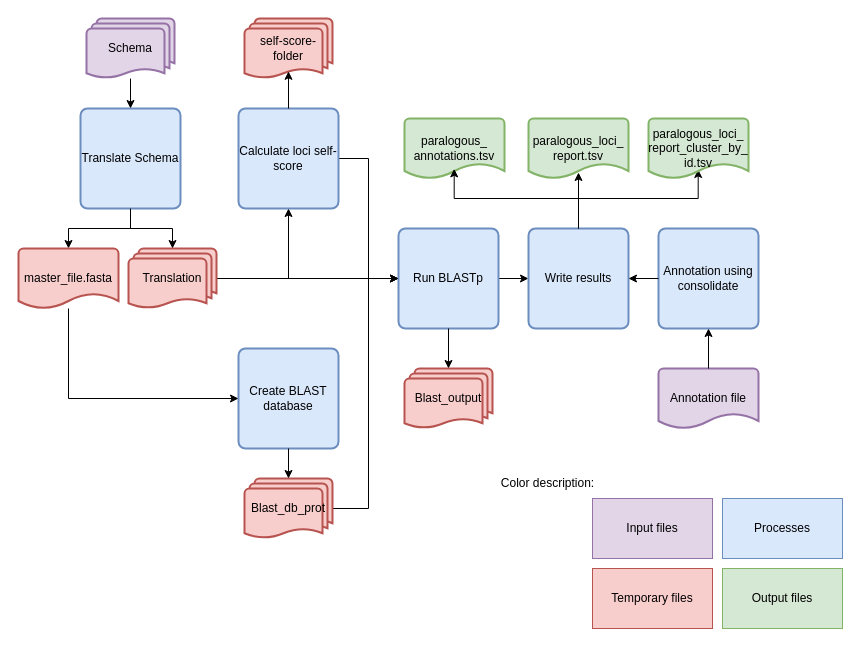
Above: SchemaRefinery/docs/SchemaRefinery/Modules/source/IdentifyParalogousLoci.drawio in B-UMMI/Schema_Refinery (draw.io), before the change. Source tidied: cells renumbered, new cells numbered last; positions are measured from the earlier drawing's top-left corner, leaving out a move shared by most shapes. Both pictures are drawn from the tidied source at 100%, with x=0, y=0 at pixel (18, 18).
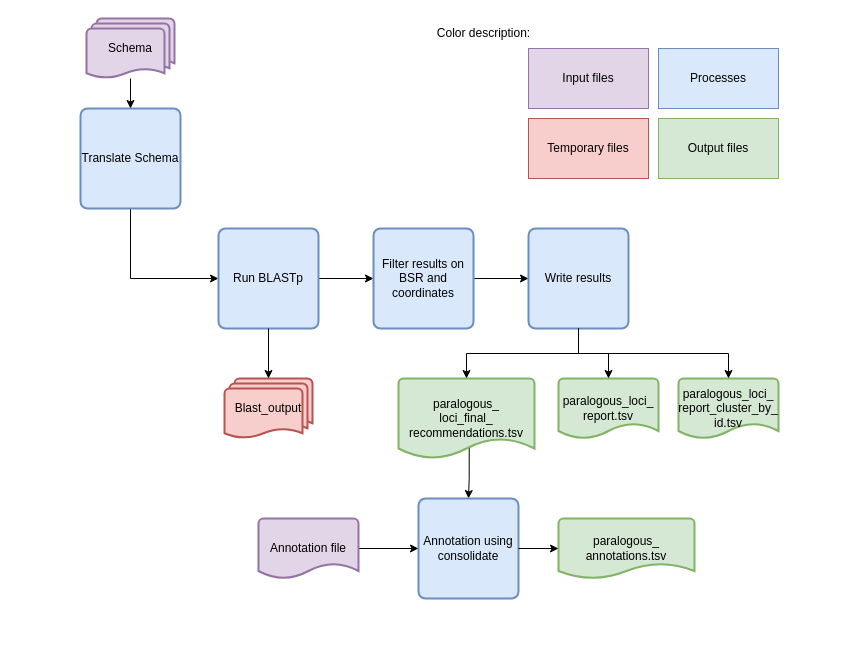
After the change.

The change refers to these unchanged cells:
```xml
<mxCell id="3" value="Translate Schema" style="rounded=1;whiteSpace=wrap;html=1;absoluteArcSize=1;arcSize=14;strokeWidth=2;fillColor=#dae8fc;strokeColor=#6c8ebf;" parent="1" vertex="1">
  <mxGeometry x="62" y="90" width="100" height="100" as="geometry" />
</mxCell>
<mxCell id="12" value="Write results" style="rounded=1;whiteSpace=wrap;html=1;absoluteArcSize=1;arcSize=14;strokeWidth=2;fillColor=#dae8fc;strokeColor=#6c8ebf;" parent="1" vertex="1">
  <mxGeometry x="510" y="210" width="100" height="100" as="geometry" />
</mxCell>
```

Diff of the diagram source:
```diff
@@
-    <mxCell id="2" style="edgeStyle=orthogonalEdgeStyle;rounded=0;jettySize=auto;html=1;" parent="1" edge="1" source="3" target="19">
-      <mxGeometry relative="1" as="geometry" />
-    </mxCell>
+    <mxCell id="40" style="edgeStyle=orthogonalEdgeStyle;shape=connector;rounded=0;jettySize=auto;html=1;entryX=0;entryY=0.5;entryDx=0;entryDy=0;strokeColor=default;align=center;verticalAlign=middle;fontFamily=Helvetica;fontSize=11;fontColor=default;labelBackgroundColor=default;endArrow=classic;exitX=0.5;exitY=1;exitDx=0;exitDy=0;" parent="1" edge="1" source="3" target="10">
+      <mxGeometry relative="1" as="geometry" />
+    </mxCell>
@@
-    <mxCell id="6" style="edgeStyle=orthogonalEdgeStyle;rounded=0;jettySize=auto;html=1;entryX=0;entryY=0.5;entryDx=0;entryDy=0;" parent="1" edge="1" source="7" target="10">
-      <mxGeometry relative="1" as="geometry">
-        <Array as="points">
-          <mxPoint x="350" y="140" />
-          <mxPoint x="350" y="260" />
-        </Array>
-      </mxGeometry>
-    </mxCell>
-    <mxCell id="7" value="Calculate loci self-score" style="rounded=1;whiteSpace=wrap;html=1;absoluteArcSize=1;arcSize=14;strokeWidth=2;fillColor=#dae8fc;strokeColor=#6c8ebf;" parent="1" vertex="1">
-      <mxGeometry x="220" y="90" width="100" height="100" as="geometry" />
-    </mxCell>
-    <mxCell id="8" value="Create BLAST database" style="rounded=1;whiteSpace=wrap;html=1;absoluteArcSize=1;arcSize=14;strokeWidth=2;fillColor=#dae8fc;strokeColor=#6c8ebf;" parent="1" vertex="1">
-      <mxGeometry x="220" y="330" width="100" height="100" as="geometry" />
-    </mxCell>
-    <mxCell id="9" style="edgeStyle=orthogonalEdgeStyle;rounded=0;jettySize=auto;html=1;" parent="1" edge="1" source="10" target="12">
-      <mxGeometry relative="1" as="geometry" />
-    </mxCell>
+    <mxCell id="41" style="edgeStyle=orthogonalEdgeStyle;shape=connector;rounded=0;jettySize=auto;html=1;entryX=0;entryY=0.5;entryDx=0;entryDy=0;strokeColor=default;align=center;verticalAlign=middle;fontFamily=Helvetica;fontSize=11;fontColor=default;labelBackgroundColor=default;endArrow=classic;" parent="1" edge="1" source="10" target="44">
+      <mxGeometry relative="1" as="geometry" />
+    </mxCell>
     <mxCell id="10" value="Run BLASTp" style="rounded=1;whiteSpace=wrap;html=1;absoluteArcSize=1;arcSize=14;strokeWidth=2;fillColor=#dae8fc;strokeColor=#6c8ebf;" parent="1" vertex="1">
-      <mxGeometry x="380" y="210" width="100" height="100" as="geometry" />
+      <mxGeometry x="200" y="210" width="100" height="100" as="geometry" />
     </mxCell>
-    <mxCell id="11" style="edgeStyle=orthogonalEdgeStyle;rounded=0;jettySize=auto;html=1;entryX=0.497;entryY=0.85;entryDx=0;entryDy=0;entryPerimeter=0;" parent="1" edge="1" source="12" target="22">
-      <mxGeometry relative="1" as="geometry">
-        <Array as="points">
-          <mxPoint x="560" y="180" />
-          <mxPoint x="680" y="180" />
-        </Array>
-      </mxGeometry>
-    </mxCell>
@@
-    <mxCell id="13" style="edgeStyle=orthogonalEdgeStyle;rounded=0;jettySize=auto;html=1;entryX=0.5;entryY=1;entryDx=0;entryDy=0;" parent="1" edge="1" source="15" target="7">
-      <mxGeometry relative="1" as="geometry" />
-    </mxCell>
-    <mxCell id="14" style="edgeStyle=orthogonalEdgeStyle;rounded=0;jettySize=auto;html=1;entryX=0;entryY=0.5;entryDx=0;entryDy=0;" parent="1" edge="1" source="15" target="10">
-      <mxGeometry relative="1" as="geometry" />
-    </mxCell>
-    <mxCell id="15" value="Translation" style="strokeWidth=2;html=1;shape=mxgraph.flowchart.multi-document;whiteSpace=wrap;fillColor=#f8cecc;strokeColor=#b85450;" parent="1" vertex="1">
-      <mxGeometry x="110" y="230" width="88" height="60" as="geometry" />
-    </mxCell>
-    <mxCell id="16" style="edgeStyle=orthogonalEdgeStyle;rounded=0;jettySize=auto;html=1;entryX=0.5;entryY=0;entryDx=0;entryDy=0;entryPerimeter=0;" parent="1" edge="1" source="3" target="15">
-      <mxGeometry relative="1" as="geometry" />
-    </mxCell>
-    <mxCell id="17" value="self-score-&lt;div&gt;folder&lt;/div&gt;" style="strokeWidth=2;html=1;shape=mxgraph.flowchart.multi-document;whiteSpace=wrap;fillColor=#f8cecc;strokeColor=#b85450;" parent="1" vertex="1">
-      <mxGeometry x="226" width="88" height="60" as="geometry" />
-    </mxCell>
-    <mxCell id="18" style="edgeStyle=orthogonalEdgeStyle;rounded=0;jettySize=auto;html=1;entryX=0;entryY=0.5;entryDx=0;entryDy=0;" parent="1" edge="1" source="19" target="8">
-      <mxGeometry relative="1" as="geometry">
-        <Array as="points">
-          <mxPoint x="50" y="380" />
-        </Array>
-      </mxGeometry>
-    </mxCell>
-    <mxCell id="19" value="master_file.fasta" style="strokeWidth=2;html=1;shape=mxgraph.flowchart.document2;whiteSpace=wrap;size=0.25;fillColor=#f8cecc;strokeColor=#b85450;" parent="1" vertex="1">
-      <mxGeometry y="230" width="100" height="60" as="geometry" />
-    </mxCell>
     <mxCell id="20" value="Blast_output" style="strokeWidth=2;html=1;shape=mxgraph.flowchart.multi-document;whiteSpace=wrap;fillColor=#f8cecc;strokeColor=#b85450;" parent="1" vertex="1">
-      <mxGeometry x="386" y="350" width="88" height="60" as="geometry" />
+      <mxGeometry x="206" y="360" width="88" height="60" as="geometry" />
     </mxCell>
     <mxCell id="21" value="paralogous_loci_&lt;div&gt;report.tsv&lt;/div&gt;" style="strokeWidth=2;html=1;shape=mxgraph.flowchart.document2;whiteSpace=wrap;size=0.25;fillColor=#d5e8d4;strokeColor=#82b366;" parent="1" vertex="1">
-      <mxGeometry x="510" y="100" width="100" height="60" as="geometry" />
+      <mxGeometry x="540" y="360" width="100" height="60" as="geometry" />
     </mxCell>
     <mxCell id="22" value="paralogous_loci_&lt;div&gt;report_cluster_&lt;span style=&quot;background-color: initial;&quot;&gt;by_&lt;/span&gt;&lt;/div&gt;&lt;div&gt;&lt;span style=&quot;background-color: initial;&quot;&gt;id.&lt;/span&gt;&lt;span style=&quot;background-color: initial;&quot;&gt;tsv&lt;/span&gt;&lt;/div&gt;" style="strokeWidth=2;html=1;shape=mxgraph.flowchart.document2;whiteSpace=wrap;size=0.25;fillColor=#d5e8d4;strokeColor=#82b366;" parent="1" vertex="1">
-      <mxGeometry x="630" y="100" width="100" height="60" as="geometry" />
+      <mxGeometry x="660" y="360" width="100" height="60" as="geometry" />
     </mxCell>
+    <mxCell id="42" style="edgeStyle=orthogonalEdgeStyle;shape=connector;rounded=0;jettySize=auto;html=1;entryX=0.5;entryY=0;entryDx=0;entryDy=0;strokeColor=default;align=center;verticalAlign=middle;fontFamily=Helvetica;fontSize=11;fontColor=default;labelBackgroundColor=default;endArrow=classic;exitX=0.52;exitY=0.827;exitDx=0;exitDy=0;exitPerimeter=0;" parent="1" edge="1" source="23" target="36">
+      <mxGeometry relative="1" as="geometry" />
+    </mxCell>
-    <mxCell id="23" value="paralogous_&lt;div&gt;annotations&lt;span style=&quot;background-color: transparent; color: light-dark(rgb(0, 0, 0), rgb(255, 255, 255));&quot;&gt;.tsv&lt;/span&gt;&lt;/div&gt;" style="strokeWidth=2;html=1;shape=mxgraph.flowchart.document2;whiteSpace=wrap;size=0.25;fillColor=#d5e8d4;strokeColor=#82b366;" parent="1" vertex="1">
-      <mxGeometry x="386" y="100" width="100" height="60" as="geometry" />
+    <mxCell id="23" value="paralogous_&lt;div&gt;loci_final_&lt;/div&gt;&lt;div&gt;recommendations&lt;span style=&quot;background-color: transparent; color: light-dark(rgb(0, 0, 0), rgb(255, 255, 255));&quot;&gt;.tsv&lt;/span&gt;&lt;/div&gt;" style="strokeWidth=2;html=1;shape=mxgraph.flowchart.document2;whiteSpace=wrap;size=0.25;fillColor=#d5e8d4;strokeColor=#82b366;" parent="1" vertex="1">
+      <mxGeometry x="380" y="360" width="136" height="80" as="geometry" />
     </mxCell>
-    <mxCell id="24" style="edgeStyle=orthogonalEdgeStyle;rounded=0;jettySize=auto;html=1;entryX=0.5;entryY=0.88;entryDx=0;entryDy=0;entryPerimeter=0;" parent="1" edge="1" source="7" target="17">
-      <mxGeometry relative="1" as="geometry" />
-    </mxCell>
-    <mxCell id="25" style="edgeStyle=orthogonalEdgeStyle;rounded=0;jettySize=auto;html=1;entryX=0;entryY=0.5;entryDx=0;entryDy=0;" parent="1" edge="1" source="26" target="10">
-      <mxGeometry relative="1" as="geometry">
-        <Array as="points">
-          <mxPoint x="350" y="490" />
-          <mxPoint x="350" y="260" />
-        </Array>
-      </mxGeometry>
-    </mxCell>
-    <mxCell id="26" value="Blast_db_prot" style="strokeWidth=2;html=1;shape=mxgraph.flowchart.multi-document;whiteSpace=wrap;fillColor=#f8cecc;strokeColor=#b85450;" parent="1" vertex="1">
-      <mxGeometry x="226" y="460" width="88" height="60" as="geometry" />
-    </mxCell>
-    <mxCell id="27" style="edgeStyle=orthogonalEdgeStyle;rounded=0;jettySize=auto;html=1;entryX=0.5;entryY=0;entryDx=0;entryDy=0;entryPerimeter=0;" parent="1" edge="1" source="8" target="26">
-      <mxGeometry relative="1" as="geometry" />
-    </mxCell>
     <mxCell id="28" value="Processes" style="rounded=0;whiteSpace=wrap;html=1;fillColor=#dae8fc;strokeColor=#6c8ebf;" parent="1" vertex="1">
-      <mxGeometry x="704" y="480" width="120" height="60" as="geometry" />
+      <mxGeometry x="640" y="30" width="120" height="60" as="geometry" />
     </mxCell>
     <mxCell id="29" value="Temporary files" style="rounded=0;whiteSpace=wrap;html=1;fillColor=#f8cecc;strokeColor=#b85450;" parent="1" vertex="1">
-      <mxGeometry x="574" y="550" width="120" height="60" as="geometry" />
+      <mxGeometry x="510" y="100" width="120" height="60" as="geometry" />
     </mxCell>
     <mxCell id="30" value="Input files" style="rounded=0;whiteSpace=wrap;html=1;fillColor=#e1d5e7;strokeColor=#9673a6;" parent="1" vertex="1">
-      <mxGeometry x="574" y="480" width="120" height="60" as="geometry" />
+      <mxGeometry x="510" y="30" width="120" height="60" as="geometry" />
     </mxCell>
     <mxCell id="31" value="Output files" style="rounded=0;whiteSpace=wrap;html=1;fillColor=#d5e8d4;strokeColor=#82b366;" parent="1" vertex="1">
-      <mxGeometry x="704" y="550" width="120" height="60" as="geometry" />
+      <mxGeometry x="640" y="100" width="120" height="60" as="geometry" />
     </mxCell>
     <mxCell id="32" value="Color description:" style="text;html=1;align=center;verticalAlign=middle;strokeColor=none;fillColor=none;" parent="1" vertex="1">
-      <mxGeometry x="474" y="450" width="110" height="30" as="geometry" />
+      <mxGeometry x="410" width="110" height="30" as="geometry" />
     </mxCell>
@@
+    <mxCell id="36" value="Annotation using consolidate" style="rounded=1;whiteSpace=wrap;html=1;absoluteArcSize=1;arcSize=14;strokeWidth=2;fillColor=#dae8fc;strokeColor=#6c8ebf;" parent="1" vertex="1">
+      <mxGeometry x="400" y="480" width="100" height="100" as="geometry" />
+    </mxCell>
+    <mxCell id="39" style="edgeStyle=orthogonalEdgeStyle;shape=connector;rounded=0;jettySize=auto;html=1;entryX=0;entryY=0.5;entryDx=0;entryDy=0;strokeColor=default;align=center;verticalAlign=middle;fontFamily=Helvetica;fontSize=11;fontColor=default;labelBackgroundColor=default;endArrow=classic;" parent="1" edge="1" source="37" target="36">
+      <mxGeometry relative="1" as="geometry" />
+    </mxCell>
+    <mxCell id="37" value="Annotation file" style="strokeWidth=2;html=1;shape=mxgraph.flowchart.document2;whiteSpace=wrap;size=0.25;fillColor=#E1D5E7;strokeColor=#9673A6;" parent="1" vertex="1">
+      <mxGeometry x="240" y="500" width="100" height="60" as="geometry" />
+    </mxCell>
+    <mxCell id="43" style="edgeStyle=orthogonalEdgeStyle;shape=connector;rounded=0;jettySize=auto;html=1;entryX=0;entryY=0.5;entryDx=0;entryDy=0;strokeColor=default;align=center;verticalAlign=middle;fontFamily=Helvetica;fontSize=11;fontColor=default;labelBackgroundColor=default;endArrow=classic;" parent="1" edge="1" source="44" target="12">
+      <mxGeometry relative="1" as="geometry" />
+    </mxCell>
+    <mxCell id="44" value="Filter results on BSR and coordinates" style="rounded=1;whiteSpace=wrap;html=1;absoluteArcSize=1;arcSize=14;strokeWidth=2;fillColor=#dae8fc;strokeColor=#6c8ebf;" parent="1" vertex="1">
+      <mxGeometry x="355" y="210" width="100" height="100" as="geometry" />
+    </mxCell>
-    <mxCell id="34" style="edgeStyle=orthogonalEdgeStyle;rounded=0;jettySize=auto;html=1;entryX=0.497;entryY=0.839;entryDx=0;entryDy=0;entryPerimeter=0;" parent="1" edge="1" source="12" target="23">
-      <mxGeometry relative="1" as="geometry">
-        <Array as="points">
-          <mxPoint x="560" y="180" />
-          <mxPoint x="436" y="180" />
-        </Array>
-      </mxGeometry>
+    <mxCell id="34" style="edgeStyle=orthogonalEdgeStyle;shape=connector;rounded=0;jettySize=auto;html=1;entryX=0.5;entryY=0;entryDx=0;entryDy=0;entryPerimeter=0;strokeColor=default;align=center;verticalAlign=middle;fontFamily=Helvetica;fontSize=11;fontColor=default;labelBackgroundColor=default;endArrow=classic;" parent="1" edge="1" source="12" target="23">
+      <mxGeometry relative="1" as="geometry" />
     </mxCell>
-    <mxCell id="35" style="edgeStyle=orthogonalEdgeStyle;rounded=0;jettySize=auto;html=1;entryX=0.5;entryY=0.9;entryDx=0;entryDy=0;entryPerimeter=0;" parent="1" edge="1" source="12" target="21">
+    <mxCell id="35" style="edgeStyle=orthogonalEdgeStyle;shape=connector;rounded=0;jettySize=auto;html=1;entryX=0.5;entryY=0;entryDx=0;entryDy=0;entryPerimeter=0;strokeColor=default;align=center;verticalAlign=middle;fontFamily=Helvetica;fontSize=11;fontColor=default;labelBackgroundColor=default;endArrow=classic;" parent="1" edge="1" source="12" target="21">
       <mxGeometry relative="1" as="geometry" />
     </mxCell>
-    <mxCell id="36" value="Annotation using consolidate" style="rounded=1;whiteSpace=wrap;html=1;absoluteArcSize=1;arcSize=14;strokeWidth=2;fillColor=#dae8fc;strokeColor=#6c8ebf;" parent="1" vertex="1">
-      <mxGeometry x="640" y="210" width="100" height="100" as="geometry" />
-    </mxCell>
-    <mxCell id="37" value="Annotation file" style="strokeWidth=2;html=1;shape=mxgraph.flowchart.document2;whiteSpace=wrap;size=0.25;fillColor=#E1D5E7;strokeColor=#9673A6;" parent="1" vertex="1">
-      <mxGeometry x="640" y="350" width="100" height="60" as="geometry" />
-    </mxCell>
-    <mxCell id="38" style="edgeStyle=orthogonalEdgeStyle;rounded=0;jettySize=auto;html=1;exitX=0;exitY=0.5;exitDx=0;exitDy=0;entryX=1;entryY=0.5;entryDx=0;entryDy=0;" parent="1" edge="1" source="36" target="12">
-      <mxGeometry relative="1" as="geometry">
-        <Array as="points">
-          <mxPoint x="640" y="260" />
-          <mxPoint x="640" y="260" />
-        </Array>
-      </mxGeometry>
-    </mxCell>
-    <mxCell id="39" style="edgeStyle=orthogonalEdgeStyle;rounded=0;jettySize=auto;html=1;exitX=0.5;exitY=0;exitDx=0;exitDy=0;exitPerimeter=0;entryX=0.5;entryY=1;entryDx=0;entryDy=0;" parent="1" edge="1" source="37" target="36">
-      <mxGeometry relative="1" as="geometry" />
-    </mxCell>
+    <mxCell id="11" style="edgeStyle=orthogonalEdgeStyle;shape=connector;rounded=0;jettySize=auto;html=1;entryX=0.5;entryY=0;entryDx=0;entryDy=0;entryPerimeter=0;strokeColor=default;align=center;verticalAlign=middle;fontFamily=Helvetica;fontSize=11;fontColor=default;labelBackgroundColor=default;endArrow=classic;exitX=0.5;exitY=1;exitDx=0;exitDy=0;" parent="1" edge="1" source="12" target="22">
+      <mxGeometry relative="1" as="geometry" />
+    </mxCell>
+    <mxCell id="45" value="paralogous_&lt;div&gt;annotations.tsv&lt;/div&gt;" style="strokeWidth=2;html=1;shape=mxgraph.flowchart.document2;whiteSpace=wrap;size=0.25;fillColor=#d5e8d4;strokeColor=#82b366;" parent="1" vertex="1">
+      <mxGeometry x="540" y="500" width="136" height="60" as="geometry" />
+    </mxCell>
+    <mxCell id="46" style="edgeStyle=orthogonalEdgeStyle;shape=connector;rounded=0;jettySize=auto;html=1;entryX=0;entryY=0.5;entryDx=0;entryDy=0;entryPerimeter=0;strokeColor=default;align=center;verticalAlign=middle;fontFamily=Helvetica;fontSize=11;fontColor=default;labelBackgroundColor=default;endArrow=classic;" parent="1" edge="1" source="36" target="45">
+      <mxGeometry relative="1" as="geometry" />
+    </mxCell>
```
